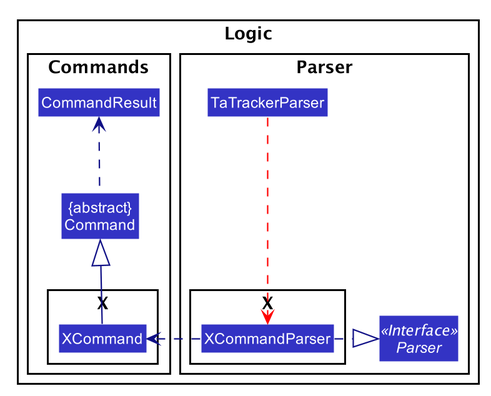
The PlantUML diagram docs/images/LogicClassDiagram3.png in nus-cs2103-AY1920S2/addressbook-level3, before a commit. Its diagram source:
```plantuml
@startuml








skinparam BackgroundColor #FFFFFFF

skinparam Shadowing false

skinparam Class {
    FontColor #FFFFFF
    BorderThickness 1
    BorderColor #FFFFFF
    StereotypeFontColor #FFFFFF
    FontName Arial
}

skinparam Actor {
    BorderColor #000000
    Color #000000
    FontName Arial
}

skinparam Sequence {
    MessageAlign center
    BoxFontSize 15
    BoxPadding 0
    BoxFontColor #FFFFFF
    FontName Arial
}

skinparam Participant {
    FontColor #FFFFFFF
    Padding 20
}

skinparam MinClassWidth 50
skinparam ParticipantPadding 10
skinparam Shadowing false
skinparam DefaultTextAlignment center
skinparam packageStyle Rectangle

hide footbox
hide members
hide circle
skinparam arrowThickness 1.1
skinparam arrowColor #101086
skinparam classBackgroundColor #3333C4

package Logic {
    package Parser as ParserPkg {

        Class TaTrackerParser
        Interface Parser <<Interface>>


        package X as ModelParser {
            Class XCommandParser

            TaTrackerParser ..down[#Red].> XCommandParser
        }

        XCommandParser .right.|> Parser
    }

    package Commands as ModelCommand {
        package X {
            Class XCommand
        }

        Class CommandResult
        Class "{abstract}\nCommand" as Command

        Command .up.> CommandResult
        XCommand -up-|> Command
    }

    XCommandParser .right.> XCommand
}
@enduml
```
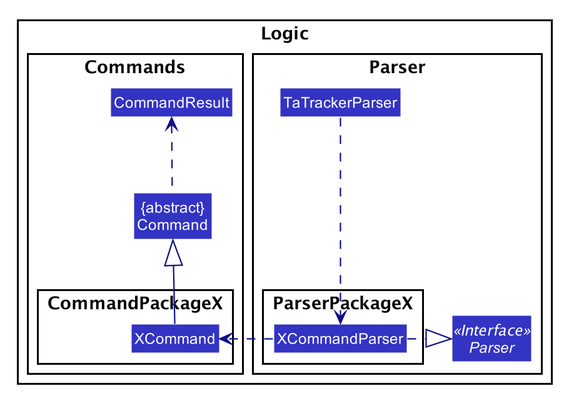
After the change.

Commit message:
Update Logic component in DG

Diff of the diagram source:
```diff
@@ -58,17 +58,17 @@
         Interface Parser <<Interface>>
 
 
-        package X as ModelParser {
+        package ParserPackageX as ModelParser {
             Class XCommandParser
 
-            TaTrackerParser ..down[#Red].> XCommandParser
+            TaTrackerParser ..down.> XCommandParser
         }
 
         XCommandParser .right.|> Parser
     }
 
     package Commands as ModelCommand {
-        package X {
+        package CommandPackageX {
             Class XCommand
         }
 
```
